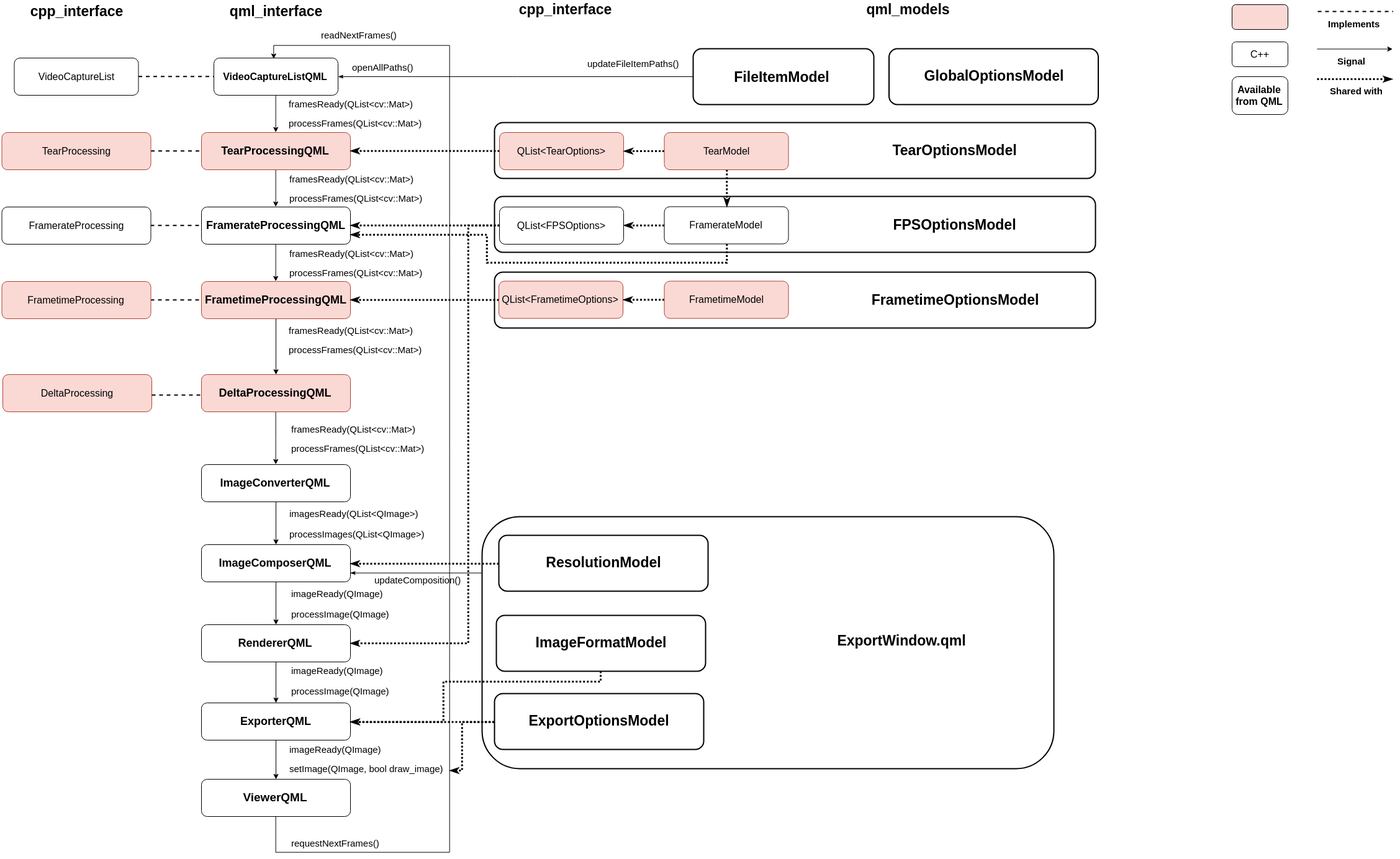
Earlier version of the draw.io export images/trdrop-pipeline.png (cirquit/trdrop). Source tidied: cells renumbered, new cells last; positions are measured from the earlier drawing's top-left corner, leaving out a move shared by most shapes.
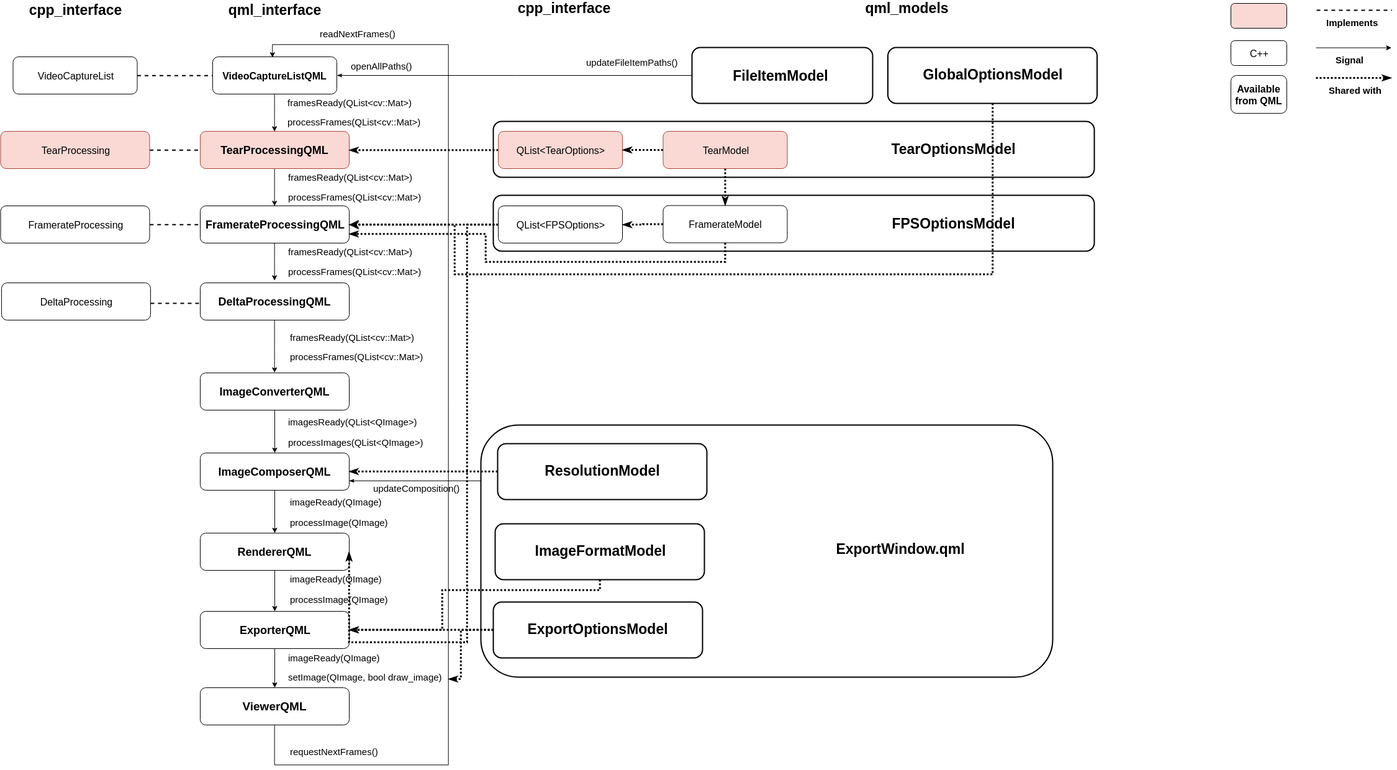
After the change.

Change to the diagram source:
```diff
@@ -16,4 +16,6 @@
     </mxCell>
-    <mxCell id="6" style="edgeStyle=orthogonalEdgeStyle;rounded=0;jettySize=auto;html=1;entryX=0.5;entryY=0;entryDx=0;entryDy=0;endArrow=classic;endFill=1;fontSize=15;" parent="1" edge="1" source="7" target="9">
-      <mxGeometry relative="1" as="geometry" />
+    <mxCell id="6" style="edgeStyle=orthogonalEdgeStyle;rounded=0;jettySize=auto;html=1;entryX=0.5;entryY=0;entryDx=0;entryDy=0;endArrow=classic;endFill=1;fontSize=15;" parent="1" edge="1" source="7">
+      <mxGeometry relative="1" as="geometry">
+        <mxPoint x="441.7" y="448.3" as="targetPoint" />
+      </mxGeometry>
     </mxCell>
@@ -22,8 +24,2 @@
     </mxCell>
-    <mxCell id="8" style="edgeStyle=orthogonalEdgeStyle;rounded=0;jettySize=auto;html=1;endArrow=classic;endFill=1;fontSize=15;entryX=0.5;entryY=0;entryDx=0;entryDy=0;" parent="1" edge="1" source="9" target="102">
-      <mxGeometry relative="1" as="geometry" />
-    </mxCell>
-    <mxCell id="9" value="&lt;font size=&quot;1&quot;&gt;&lt;b style=&quot;font-size: 18px&quot;&gt;FrametimeProcessingQML&lt;/b&gt;&lt;/font&gt;" style="rounded=1;whiteSpace=wrap;html=1;fillColor=#fad9d5;strokeColor=#ae4132;" parent="1" vertex="1">
-      <mxGeometry x="322" y="448" width="240" height="60" as="geometry" />
-    </mxCell>
     <mxCell id="10" style="edgeStyle=orthogonalEdgeStyle;rounded=0;jettySize=auto;html=1;endArrow=classic;endFill=1;fontSize=15;" parent="1" edge="1" source="11" target="13">
@@ -32,3 +28,3 @@
     <mxCell id="11" value="&lt;font size=&quot;1&quot;&gt;&lt;b style=&quot;font-size: 18px&quot;&gt;ImageConverterQML&lt;/b&gt;&lt;/font&gt;" style="rounded=1;whiteSpace=wrap;html=1;" parent="1" vertex="1">
-      <mxGeometry x="322" y="743" width="240" height="60" as="geometry" />
+      <mxGeometry x="322" y="597" width="240" height="60" as="geometry" />
     </mxCell>
@@ -38,3 +34,3 @@
     <mxCell id="13" value="&lt;font style=&quot;font-size: 18px&quot;&gt;&lt;b&gt;ImageComposerQML&lt;/b&gt;&lt;/font&gt;" style="rounded=1;whiteSpace=wrap;html=1;" parent="1" vertex="1">
-      <mxGeometry x="322" y="872" width="240" height="60" as="geometry" />
+      <mxGeometry x="322" y="726" width="240" height="60" as="geometry" />
     </mxCell>
@@ -44,3 +40,3 @@
     <mxCell id="15" value="&lt;font size=&quot;1&quot;&gt;&lt;b style=&quot;font-size: 18px&quot;&gt;RendererQML&lt;/b&gt;&lt;/font&gt;" style="rounded=1;whiteSpace=wrap;html=1;" parent="1" vertex="1">
-      <mxGeometry x="322" y="1001" width="240" height="60" as="geometry" />
+      <mxGeometry x="322" y="855" width="240" height="60" as="geometry" />
     </mxCell>
@@ -50,6 +46,6 @@
     <mxCell id="17" value="&lt;font size=&quot;1&quot;&gt;&lt;b style=&quot;font-size: 18px&quot;&gt;ExporterQML&lt;/b&gt;&lt;/font&gt;" style="rounded=1;whiteSpace=wrap;html=1;" parent="1" vertex="1">
-      <mxGeometry x="322" y="1127" width="240" height="60" as="geometry" />
+      <mxGeometry x="322" y="981" width="240" height="60" as="geometry" />
     </mxCell>
     <mxCell id="18" value="&lt;font size=&quot;1&quot;&gt;&lt;b style=&quot;font-size: 19px&quot;&gt;ViewerQML&lt;/b&gt;&lt;/font&gt;" style="rounded=1;whiteSpace=wrap;html=1;gradientColor=none;gradientDirection=east;" parent="1" vertex="1">
-      <mxGeometry x="322" y="1250" width="240" height="60" as="geometry" />
+      <mxGeometry x="322" y="1104" width="240" height="60" as="geometry" />
     </mxCell>
@@ -76,8 +72,2 @@
     </mxCell>
-    <mxCell id="26" style="edgeStyle=orthogonalEdgeStyle;rounded=0;jettySize=auto;html=1;exitX=1;exitY=0.5;exitDx=0;exitDy=0;entryX=0;entryY=0.5;entryDx=0;entryDy=0;endArrow=none;endFill=0;fontSize=19;strokeWidth=2;dashed=1;" parent="1" edge="1" source="27" target="9">
-      <mxGeometry relative="1" as="geometry" />
-    </mxCell>
-    <mxCell id="27" value="&lt;font style=&quot;font-size: 16px&quot;&gt;FrametimeProcessing&lt;/font&gt;" style="rounded=1;whiteSpace=wrap;html=1;fillColor=#fad9d5;strokeColor=#ae4132;" parent="1" vertex="1">
-      <mxGeometry x="0.5" y="448" width="240" height="60" as="geometry" />
-    </mxCell>
     <mxCell id="28" value="&lt;span style=&quot;font-size: 23px&quot;&gt;&lt;b&gt;cpp_interface&lt;/b&gt;&lt;/span&gt;" style="text;html=1;strokeColor=none;fillColor=none;align=center;verticalAlign=middle;whiteSpace=wrap;rounded=0;fontSize=19;" parent="1" vertex="1">
@@ -106,34 +96,28 @@
     </mxCell>
-    <mxCell id="36" value="framesReady(QList&amp;lt;cv::Mat&amp;gt;)" style="text;html=1;align=left;verticalAlign=top;spacingTop=-4;fontSize=15;" parent="1" vertex="1">
-      <mxGeometry x="461" y="516" width="270" height="20" as="geometry" />
-    </mxCell>
-    <mxCell id="37" value="processFrames(QList&amp;lt;cv::Mat&amp;gt;)" style="text;html=1;align=left;verticalAlign=top;spacingTop=-4;fontSize=15;" parent="1" vertex="1">
-      <mxGeometry x="461" y="547" width="230" height="20" as="geometry" />
-    </mxCell>
     <mxCell id="38" value="imagesReady(QList&amp;lt;QImage&amp;gt;)" style="text;html=1;align=left;verticalAlign=top;spacingTop=-4;fontSize=15;" parent="1" vertex="1">
-      <mxGeometry x="462" y="811" width="220" height="20" as="geometry" />
+      <mxGeometry x="462" y="665" width="220" height="20" as="geometry" />
     </mxCell>
     <mxCell id="39" value="processImages(QList&amp;lt;QImage&amp;gt;)" style="text;html=1;align=left;verticalAlign=top;spacingTop=-4;fontSize=15;" parent="1" vertex="1">
-      <mxGeometry x="462" y="844" width="230" height="20" as="geometry" />
+      <mxGeometry x="462" y="698" width="230" height="20" as="geometry" />
     </mxCell>
     <mxCell id="40" value="imageReady(QImage)" style="text;html=1;align=left;verticalAlign=top;spacingTop=-4;fontSize=15;" parent="1" vertex="1">
-      <mxGeometry x="465" y="940" width="160" height="20" as="geometry" />
+      <mxGeometry x="465" y="794" width="160" height="20" as="geometry" />
     </mxCell>
     <mxCell id="41" value="processImage(QImage)" style="text;html=1;align=left;verticalAlign=top;spacingTop=-4;fontSize=15;" parent="1" vertex="1">
-      <mxGeometry x="465" y="973" width="170" height="20" as="geometry" />
+      <mxGeometry x="465" y="827" width="170" height="20" as="geometry" />
     </mxCell>
     <mxCell id="42" value="imageReady(QImage)" style="text;html=1;align=left;verticalAlign=top;spacingTop=-4;fontSize=15;" parent="1" vertex="1">
-      <mxGeometry x="465" y="1064" width="160" height="20" as="geometry" />
+      <mxGeometry x="465" y="918" width="160" height="20" as="geometry" />
     </mxCell>
     <mxCell id="43" value="processImage(QImage)" style="text;html=1;align=left;verticalAlign=top;spacingTop=-4;fontSize=15;" parent="1" vertex="1">
-      <mxGeometry x="465" y="1097" width="170" height="20" as="geometry" />
+      <mxGeometry x="465" y="951" width="170" height="20" as="geometry" />
     </mxCell>
     <mxCell id="44" value="imageReady(QImage)" style="text;html=1;align=left;verticalAlign=top;spacingTop=-4;fontSize=15;" parent="1" vertex="1">
-      <mxGeometry x="462" y="1191" width="160" height="20" as="geometry" />
+      <mxGeometry x="462" y="1045" width="160" height="20" as="geometry" />
     </mxCell>
     <mxCell id="45" value="setImage(QImage, bool draw_image)" style="text;html=1;align=left;verticalAlign=top;spacingTop=-4;fontSize=15;" parent="1" vertex="1">
-      <mxGeometry x="462" y="1222" width="260" height="20" as="geometry" />
+      <mxGeometry x="462" y="1076" width="260" height="20" as="geometry" />
     </mxCell>
     <mxCell id="46" value="requestNextFrames()" style="text;html=1;align=left;verticalAlign=top;spacingTop=-4;fontSize=15;" parent="1" vertex="1">
-      <mxGeometry x="465" y="1342" width="160" height="20" as="geometry" />
+      <mxGeometry x="465" y="1196" width="160" height="20" as="geometry" />
     </mxCell>
@@ -145,4 +129,4 @@
         <Array as="points">
-          <mxPoint x="442" y="1368" />
-          <mxPoint x="722" y="1368" />
+          <mxPoint x="442" y="1228" />
+          <mxPoint x="722" y="1228" />
           <mxPoint x="722" y="68" />
@@ -217,14 +201,2 @@
     </mxCell>
-    <mxCell id="65" style="edgeStyle=orthogonalEdgeStyle;rounded=0;jettySize=auto;html=1;entryX=1;entryY=0.5;entryDx=0;entryDy=0;dashed=1;dashPattern=1 1;endArrow=classicThin;endFill=1;strokeWidth=3;fontSize=15;" parent="1" edge="1" source="66" target="9">
-      <mxGeometry relative="1" as="geometry" />
-    </mxCell>
-    <mxCell id="66" value="&lt;font style=&quot;font-size: 16px&quot;&gt;QList&amp;lt;FrametimeOptions&amp;gt;&lt;/font&gt;" style="rounded=1;whiteSpace=wrap;html=1;fillColor=#fad9d5;strokeColor=#ae4132;" parent="1" vertex="1">
-      <mxGeometry x="801" y="447.5" width="200" height="60" as="geometry" />
-    </mxCell>
-    <mxCell id="67" style="edgeStyle=orthogonalEdgeStyle;rounded=0;jettySize=auto;html=1;dashed=1;dashPattern=1 1;endArrow=classicThin;endFill=1;strokeWidth=3;fontSize=15;" parent="1" edge="1" source="68" target="66">
-      <mxGeometry relative="1" as="geometry" />
-    </mxCell>
-    <mxCell id="68" value="&lt;font style=&quot;font-size: 16px&quot;&gt;FrametimeModel&lt;/font&gt;" style="rounded=1;whiteSpace=wrap;html=1;fillColor=#fad9d5;strokeColor=#ae4132;" parent="1" vertex="1">
-      <mxGeometry x="1067.5" y="447.5" width="200" height="60" as="geometry" />
-    </mxCell>
     <mxCell id="69" style="edgeStyle=orthogonalEdgeStyle;rounded=0;orthogonalLoop=1;jettySize=auto;html=1;entryX=0;entryY=0.5;entryDx=0;entryDy=0;endArrow=classicThin;endFill=1;strokeWidth=3;dashed=1;dashPattern=1 1;" parent="1" edge="1">
@@ -247,8 +219,2 @@
     </mxCell>
-    <mxCell id="74" style="rounded=1;whiteSpace=wrap;html=1;strokeWidth=2;fillColor=none;fontSize=15;" parent="1" vertex="1">
-      <mxGeometry x="794" y="433" width="968" height="90" as="geometry" />
-    </mxCell>
-    <mxCell id="75" value="FrametimeOptionsModel" style="text;html=1;strokeColor=none;fillColor=none;align=center;verticalAlign=middle;whiteSpace=wrap;rounded=0;fontSize=23;fontStyle=1;" parent="1" vertex="1">
-      <mxGeometry x="1515" y="467.5" width="40" height="20" as="geometry" />
-    </mxCell>
     <mxCell id="76" style="rounded=1;whiteSpace=wrap;html=1;strokeWidth=2;fillColor=none;fontSize=15;" parent="1" vertex="1">
@@ -259,2 +225,11 @@
     </mxCell>
+    <mxCell id="107" style="edgeStyle=orthogonalEdgeStyle;rounded=0;jettySize=auto;html=1;dashed=1;strokeWidth=3;dashPattern=1 1;" parent="1" edge="1" source="78" target="7">
+      <mxGeometry relative="1" as="geometry">
+        <Array as="points">
+          <mxPoint x="1598" y="438" />
+          <mxPoint x="732" y="438" />
+          <mxPoint x="732" y="358" />
+        </Array>
+      </mxGeometry>
+    </mxCell>
     <mxCell id="78" style="rounded=1;whiteSpace=wrap;html=1;strokeWidth=2;fillColor=none;fontSize=15;" parent="1" vertex="1">
@@ -285,7 +260,7 @@
       <mxGeometry relative="1" as="geometry">
-        <mxPoint x="794" y="1157" as="sourcePoint" />
-        <mxPoint x="722" y="1236" as="targetPoint" />
+        <mxPoint x="794" y="1011" as="sourcePoint" />
+        <mxPoint x="722" y="1090" as="targetPoint" />
         <Array as="points">
-          <mxPoint x="742" y="1157" />
-          <mxPoint x="742" y="1236" />
+          <mxPoint x="742" y="1011" />
+          <mxPoint x="742" y="1090" />
         </Array>
@@ -294,6 +269,6 @@
     <mxCell id="87" style="rounded=1;whiteSpace=wrap;html=1;strokeWidth=2;fillColor=none;fontSize=15;" parent="1" vertex="1">
-      <mxGeometry x="794" y="1112" width="337" height="90" as="geometry" />
+      <mxGeometry x="794" y="966" width="337" height="90" as="geometry" />
     </mxCell>
     <mxCell id="88" value="ExportOptionsModel" style="text;html=1;strokeColor=none;fillColor=none;align=center;verticalAlign=middle;whiteSpace=wrap;rounded=0;fontSize=23;fontStyle=1;" parent="1" vertex="1">
-      <mxGeometry x="942.5" y="1145" width="40" height="20" as="geometry" />
+      <mxGeometry x="942.5" y="999" width="40" height="20" as="geometry" />
     </mxCell>
@@ -302,5 +277,5 @@
         <Array as="points">
-          <mxPoint x="965" y="1093" />
-          <mxPoint x="712" y="1093" />
-          <mxPoint x="712" y="1157" />
+          <mxPoint x="965" y="947" />
+          <mxPoint x="712" y="947" />
+          <mxPoint x="712" y="1011" />
         </Array>
@@ -309,6 +284,6 @@
     <mxCell id="90" style="rounded=1;whiteSpace=wrap;html=1;strokeWidth=2;fillColor=none;fontSize=15;" parent="1" vertex="1">
-      <mxGeometry x="797" y="986" width="337" height="90" as="geometry" />
+      <mxGeometry x="797" y="840" width="337" height="90" as="geometry" />
     </mxCell>
     <mxCell id="91" value="ImageFormatModel" style="text;html=1;strokeColor=none;fillColor=none;align=center;verticalAlign=middle;whiteSpace=wrap;rounded=0;fontSize=23;fontStyle=1;" parent="1" vertex="1">
-      <mxGeometry x="945.5" y="1019" width="40" height="20" as="geometry" />
+      <mxGeometry x="945.5" y="873" width="40" height="20" as="geometry" />
     </mxCell>
@@ -324,6 +299,6 @@
     <mxCell id="95" style="rounded=1;whiteSpace=wrap;html=1;strokeWidth=2;fillColor=none;fontSize=15;" parent="1" vertex="1">
-      <mxGeometry x="801" y="857" width="337" height="90" as="geometry" />
+      <mxGeometry x="801" y="711" width="337" height="90" as="geometry" />
     </mxCell>
     <mxCell id="96" value="ResolutionModel" style="text;html=1;strokeColor=none;fillColor=none;align=center;verticalAlign=middle;whiteSpace=wrap;rounded=0;fontSize=23;fontStyle=1;" parent="1" vertex="1">
-      <mxGeometry x="949.5" y="890" width="40" height="20" as="geometry" />
+      <mxGeometry x="949.5" y="744" width="40" height="20" as="geometry" />
     </mxCell>
@@ -332,4 +307,4 @@
         <Array as="points">
-          <mxPoint x="742" y="917" />
-          <mxPoint x="742" y="917" />
+          <mxPoint x="742" y="771" />
+          <mxPoint x="742" y="771" />
         </Array>
@@ -338,9 +313,9 @@
     <mxCell id="98" style="rounded=1;whiteSpace=wrap;html=1;strokeWidth=2;fillColor=none;fontSize=15;" parent="1" vertex="1">
-      <mxGeometry x="774" y="827" width="921" height="406" as="geometry" />
+      <mxGeometry x="774" y="681" width="921" height="406" as="geometry" />
     </mxCell>
     <mxCell id="99" value="ExportWindow.qml" style="text;html=1;strokeColor=none;fillColor=none;align=center;verticalAlign=middle;whiteSpace=wrap;rounded=0;fontSize=23;fontStyle=1;" parent="1" vertex="1">
-      <mxGeometry x="1429.5" y="1016" width="40" height="20" as="geometry" />
+      <mxGeometry x="1429.5" y="870" width="40" height="20" as="geometry" />
     </mxCell>
     <mxCell id="100" value="updateComposition()" style="text;html=1;align=left;verticalAlign=top;spacingTop=-4;fontSize=15;" parent="1" vertex="1">
-      <mxGeometry x="599" y="918" width="150" height="20" as="geometry" />
+      <mxGeometry x="599" y="772" width="150" height="20" as="geometry" />
     </mxCell>
@@ -349,7 +324,7 @@
     </mxCell>
-    <mxCell id="102" value="&lt;font size=&quot;1&quot;&gt;&lt;b style=&quot;font-size: 18px&quot;&gt;DeltaProcessingQML&lt;/b&gt;&lt;/font&gt;" style="rounded=1;whiteSpace=wrap;html=1;fillColor=#fad9d5;strokeColor=#ae4132;" parent="1" vertex="1">
-      <mxGeometry x="322" y="598" width="240" height="60" as="geometry" />
+    <mxCell id="102" value="&lt;font size=&quot;1&quot;&gt;&lt;b style=&quot;font-size: 18px&quot;&gt;DeltaProcessingQML&lt;/b&gt;&lt;/font&gt;" style="rounded=1;whiteSpace=wrap;html=1;" parent="1" vertex="1">
+      <mxGeometry x="322" y="452" width="240" height="60" as="geometry" />
     </mxCell>
-    <mxCell id="103" value="&lt;font style=&quot;font-size: 16px&quot;&gt;DeltaProcessing&lt;/font&gt;" style="rounded=1;whiteSpace=wrap;html=1;fillColor=#fad9d5;strokeColor=#ae4132;" parent="1" vertex="1">
-      <mxGeometry x="2" y="598" width="240" height="60" as="geometry" />
+    <mxCell id="103" value="&lt;font style=&quot;font-size: 16px&quot;&gt;DeltaProcessing&lt;/font&gt;" style="rounded=1;whiteSpace=wrap;html=1;" parent="1" vertex="1">
+      <mxGeometry x="2" y="452" width="240" height="60" as="geometry" />
     </mxCell>
@@ -357,4 +332,4 @@
       <mxGeometry relative="1" as="geometry">
-        <mxPoint x="242" y="631" as="sourcePoint" />
-        <mxPoint x="323" y="631" as="targetPoint" />
+        <mxPoint x="242" y="485" as="sourcePoint" />
+        <mxPoint x="323" y="485" as="targetPoint" />
       </mxGeometry>
@@ -362,6 +337,6 @@
     <mxCell id="105" value="framesReady(QList&amp;lt;cv::Mat&amp;gt;)" style="text;html=1;align=left;verticalAlign=top;spacingTop=-4;fontSize=15;" parent="1" vertex="1">
-      <mxGeometry x="465" y="675" width="270" height="20" as="geometry" />
+      <mxGeometry x="465" y="529" width="270" height="20" as="geometry" />
     </mxCell>
     <mxCell id="106" value="processFrames(QList&amp;lt;cv::Mat&amp;gt;)" style="text;html=1;align=left;verticalAlign=top;spacingTop=-4;fontSize=15;" parent="1" vertex="1">
-      <mxGeometry x="465" y="706" width="230" height="20" as="geometry" />
+      <mxGeometry x="465" y="560" width="230" height="20" as="geometry" />
     </mxCell>
```
